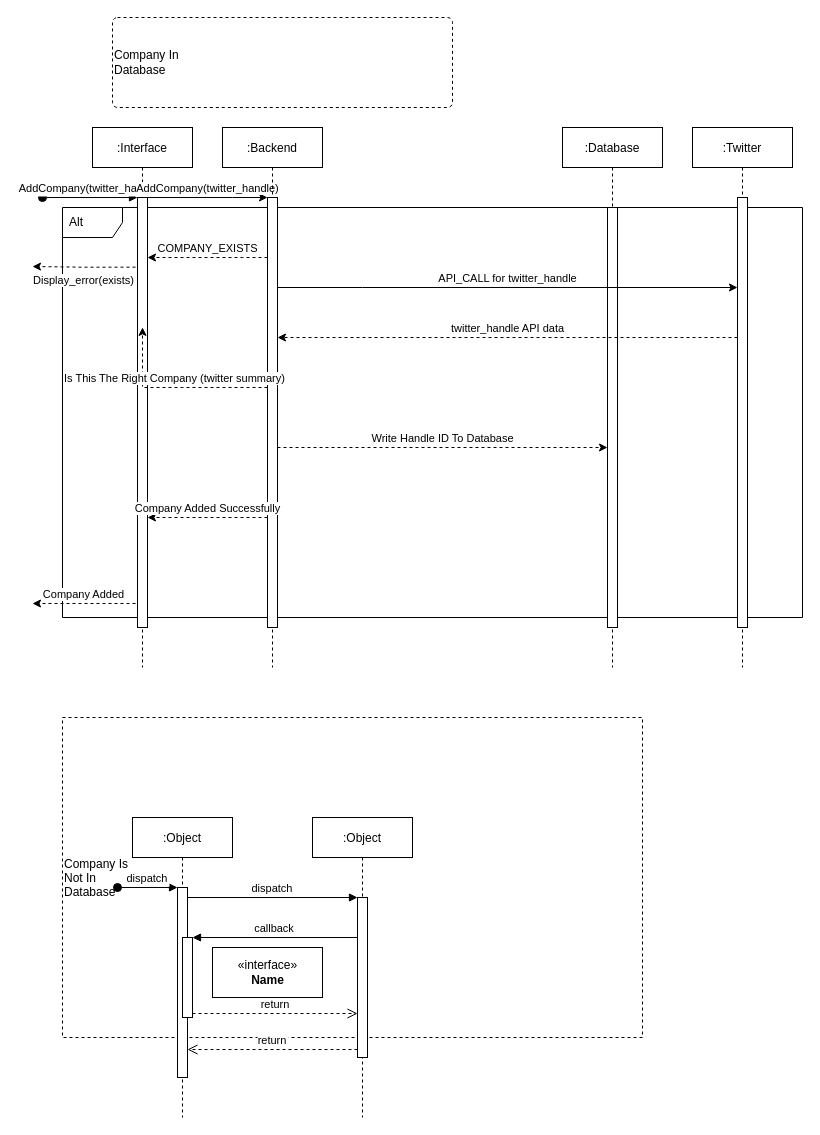
Before: uml/Untitled Diagram.drawio in agarcia169/4306-Donaldson-Project, a draw.io diagram. Source tidied: cells renumbered, new cells numbered last; positions are measured from the earlier drawing's top-left corner, leaving out a move shared by most shapes. Both pictures are drawn from the tidied source at 100%, with x=0, y=0 at pixel (22, 17).
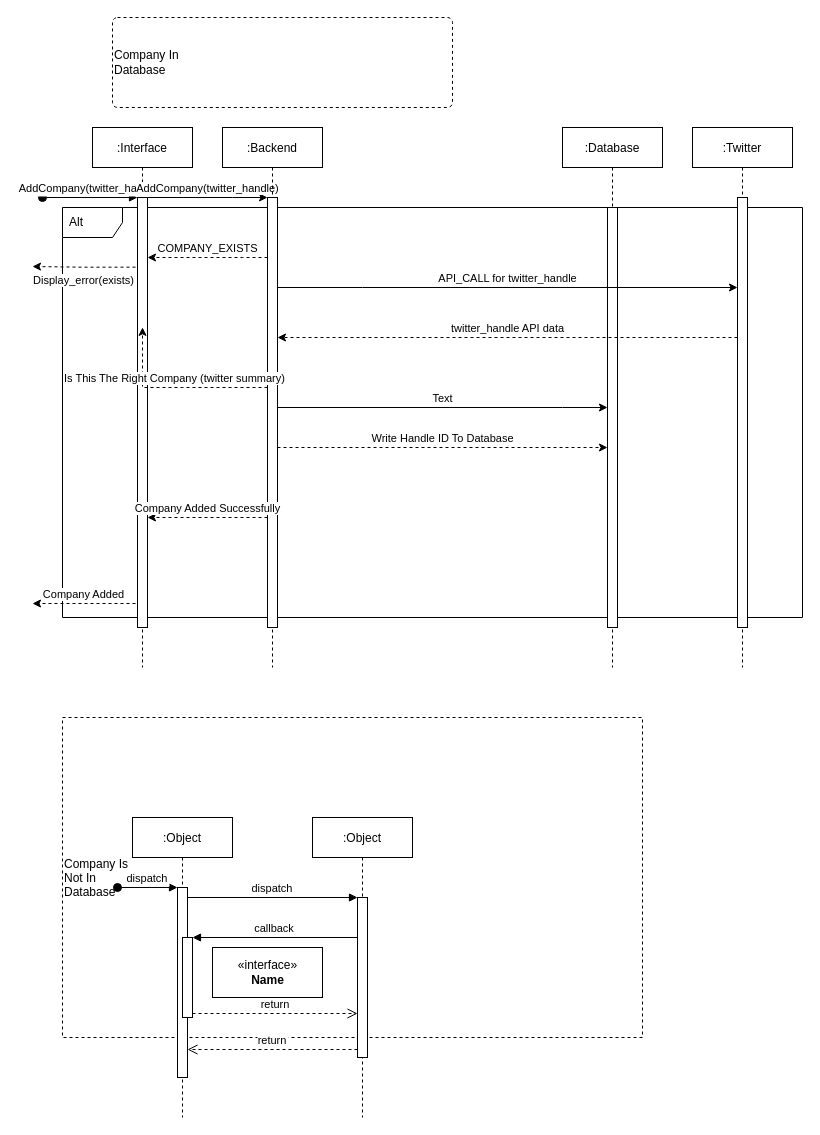
The same diagram, later.

Unchanged cells that the change refers to:
```xml
<mxCell id="20" style="points=[];perimeter=orthogonalPerimeter;rounded=0;shadow=0;strokeWidth=1;" parent="19" vertex="1">
  <mxGeometry x="45" y="80" width="10" height="420" as="geometry" />
</mxCell>
<mxCell id="25" style="points=[];perimeter=orthogonalPerimeter;rounded=0;shadow=0;strokeWidth=1;" parent="24" vertex="1">
  <mxGeometry x="45" y="70" width="10" height="430" as="geometry" />
</mxCell>
```

Diff of the diagram source:
```diff
@@
+    <mxCell id="34" value="Text" style="edgeStyle=orthogonalEdgeStyle;rounded=0;jettySize=auto;html=1;startArrow=none;startFill=0;endArrow=classic;endFill=1;labelPosition=center;verticalLabelPosition=top;align=center;verticalAlign=bottom;" parent="1" edge="1" source="25" target="20">
+      <mxGeometry relative="1" as="geometry">
+        <Array as="points">
+          <mxPoint x="540" y="390" />
+          <mxPoint x="540" y="390" />
+        </Array>
+      </mxGeometry>
+    </mxCell>
```
